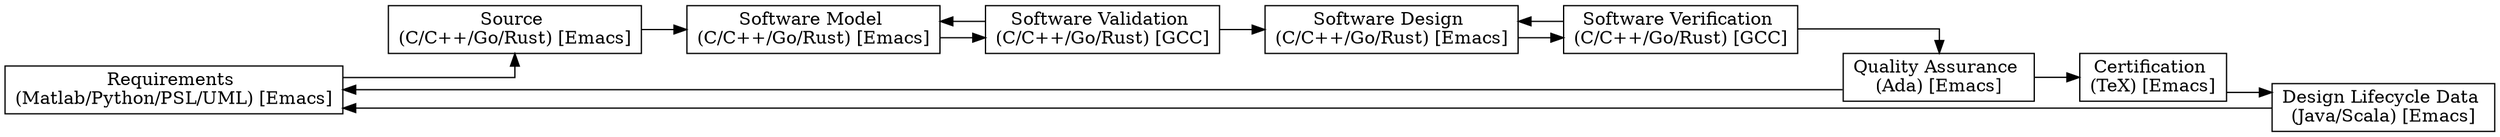
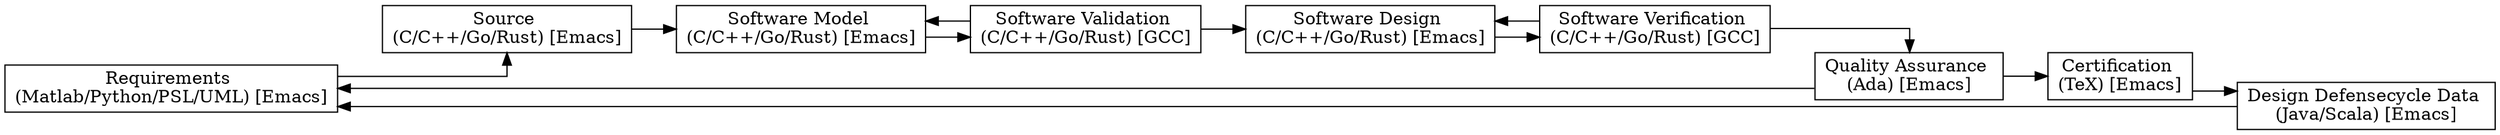
digraph Project {
  // Introduction
  graph [rankdir = LR, splines=ortho];
  node[shape=record];

  // Blocks
  Requirements[label="Requirements \n(Matlab/Python/PSL/UML) [Emacs]"];
  Source[label="Source \n(C/C++/Go/Rust) [Emacs]"];
  Model[label="Software Model \n(C/C++/Go/Rust) [Emacs]"];
  Validation[label="Software Validation \n(C/C++/Go/Rust) [GCC]"];
  Design[label="Software Design \n(C/C++/Go/Rust) [Emacs]"];
  Verification[label="Software Verification \n(C/C++/Go/Rust) [GCC]"];
  Quality[label="Quality Assurance \n(Ada) [Emacs]"];
  Certification[label="Certification \n(TeX) [Emacs]"];
-   Lifecycle[label="Design Lifecycle Data \n(Java/Scala) [Emacs]"];
+   Defensecycle[label="Design Defensecycle Data \n(Java/Scala) [Emacs]"];

  // Sequence
  Requirements -> Source;
  Source -> Model;
  Model -> Validation;
  Validation -> Design;
  Design -> Verification;
  Verification -> Quality;
  Quality -> Certification;
-   Certification -> Lifecycle;
-   Lifecycle -> Requirements;
+   Certification -> Defensecycle;
+   Defensecycle -> Requirements;

  // Feedback
  Validation -> Model;
  Verification -> Design;
  Quality -> Requirements;
}
